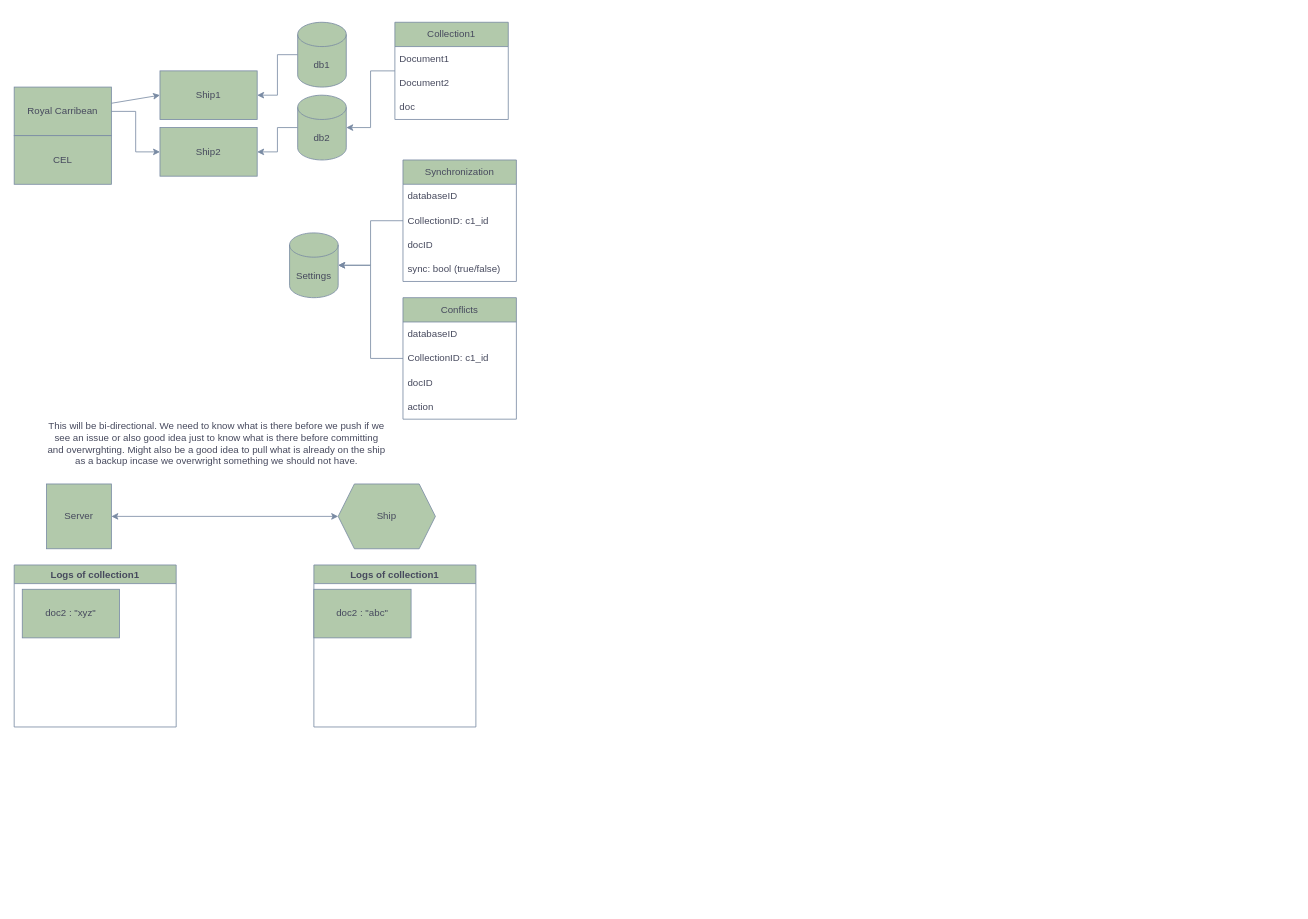
ngis-code/televolution_Backend keeps this draw.io diagram as Sync.drawio. Above is the earlier version. Source tidied: cells renumbered, new cells numbered last; positions are measured from the earlier drawing's top-left corner, leaving out a move shared by most shapes. Both pictures are drawn from the tidied source at 81%, with x=0, y=0 at pixel (14, 22).
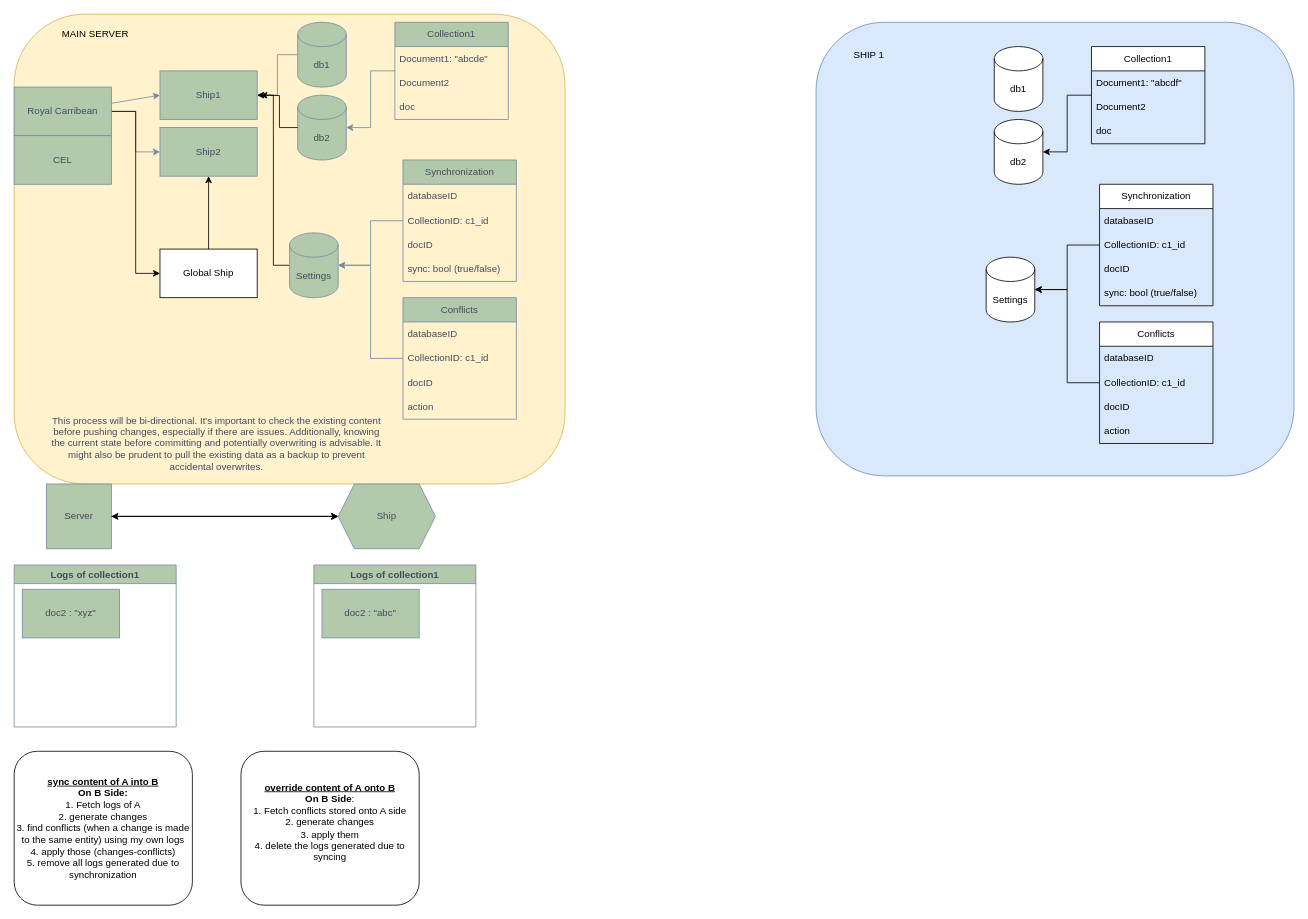
The same page after the edit.

The change refers to these unchanged cells:
```xml
<mxCell id="3" value="Royal Carribean" style="rounded=0;whiteSpace=wrap;html=1;labelBackgroundColor=none;fillColor=#B2C9AB;strokeColor=#788AA3;fontColor=#46495D;" parent="1" vertex="1">
  <mxGeometry y="80" width="120" height="60" as="geometry" />
</mxCell>
<mxCell id="5" value="Ship1" style="rounded=0;whiteSpace=wrap;html=1;labelBackgroundColor=none;fillColor=#B2C9AB;strokeColor=#788AA3;fontColor=#46495D;" parent="1" vertex="1">
  <mxGeometry x="180" y="60" width="120" height="60" as="geometry" />
</mxCell>
<mxCell id="6" value="Ship2" style="rounded=0;whiteSpace=wrap;html=1;labelBackgroundColor=none;fillColor=#B2C9AB;strokeColor=#788AA3;fontColor=#46495D;" parent="1" vertex="1">
  <mxGeometry x="180" y="130" width="120" height="60" as="geometry" />
</mxCell>
<mxCell id="11" value="db2" style="shape=cylinder3;whiteSpace=wrap;html=1;boundedLbl=1;backgroundOutline=1;size=15;labelBackgroundColor=none;fillColor=#B2C9AB;strokeColor=#788AA3;fontColor=#46495D;" parent="1" vertex="1">
  <mxGeometry x="350" y="90" width="60" height="80" as="geometry" />
</mxCell>
<mxCell id="13" value="Collection1" style="swimlane;fontStyle=0;horizontal=1;startSize=30;whiteSpace=wrap;html=1;labelBackgroundColor=none;fillColor=#B2C9AB;strokeColor=#788AA3;fontColor=#46495D;" parent="1" vertex="1">
  <mxGeometry x="470" width="140" height="120" as="geometry" />
</mxCell>
<mxCell id="17" value="Server" style="whiteSpace=wrap;html=1;labelBackgroundColor=none;fillColor=#B2C9AB;strokeColor=#788AA3;fontColor=#46495D;" parent="1" vertex="1">
  <mxGeometry x="40" y="570" width="80" height="80" as="geometry" />
</mxCell>
<mxCell id="18" value="Ship" style="shape=hexagon;perimeter=hexagonPerimeter2;whiteSpace=wrap;html=1;fixedSize=1;labelBackgroundColor=none;fillColor=#B2C9AB;strokeColor=#788AA3;fontColor=#46495D;" parent="1" vertex="1">
  <mxGeometry x="400" y="570" width="120" height="80" as="geometry" />
</mxCell>
<mxCell id="19" value="Settings" style="shape=cylinder3;whiteSpace=wrap;html=1;boundedLbl=1;backgroundOutline=1;size=15;labelBackgroundColor=none;fillColor=#B2C9AB;strokeColor=#788AA3;fontColor=#46495D;" parent="1" vertex="1">
  <mxGeometry x="340" y="260" width="60" height="80" as="geometry" />
</mxCell>
<mxCell id="34" value="Logs of collection1" style="swimlane;whiteSpace=wrap;html=1;startSize=23;labelBackgroundColor=none;fillColor=#B2C9AB;strokeColor=#788AA3;fontColor=#46495D;" parent="1" vertex="1">
  <mxGeometry x="370" y="670" width="200" height="200" as="geometry" />
</mxCell>
```

What changed in the source:
```diff
@@
+    <mxCell id="38" style="rounded=1;whiteSpace=wrap;html=1;fillColor=#dae8fc;strokeColor=#6c8ebf;" parent="1" vertex="1">
+      <mxGeometry x="990" width="590" height="560" as="geometry" />
+    </mxCell>
+    <mxCell id="39" style="rounded=1;whiteSpace=wrap;html=1;fillColor=#fff2cc;strokeColor=#d6b656;" parent="1" vertex="1">
+      <mxGeometry y="-10" width="680" height="580" as="geometry" />
+    </mxCell>
@@
+    <mxCell id="40" style="edgeStyle=orthogonalEdgeStyle;rounded=0;jettySize=auto;html=1;exitX=1;exitY=0.5;exitDx=0;exitDy=0;entryX=0;entryY=0.5;entryDx=0;entryDy=0;" parent="1" edge="1" source="3" target="43">
+      <mxGeometry relative="1" as="geometry" />
+    </mxCell>
@@
-    <mxCell id="10" style="edgeStyle=orthogonalEdgeStyle;rounded=0;jettySize=auto;html=1;labelBackgroundColor=none;strokeColor=#788AA3;fontColor=default;" parent="1" edge="1" source="11" target="6">
-      <mxGeometry relative="1" as="geometry" />
-    </mxCell>
@@
-    <mxCell id="14" value="Document1" style="text;strokeColor=none;fillColor=none;align=left;verticalAlign=middle;spacingLeft=4;spacingRight=4;overflow=hidden;whiteSpace=wrap;html=1;labelBackgroundColor=none;fontColor=#46495D;" parent="13" vertex="1">
+    <mxCell id="14" value="Document1: &quot;abcde&quot;" style="text;strokeColor=none;fillColor=none;align=left;verticalAlign=middle;spacingLeft=4;spacingRight=4;overflow=hidden;whiteSpace=wrap;html=1;labelBackgroundColor=none;fontColor=#46495D;" parent="13" vertex="1">
       <mxGeometry y="30" width="140" height="30" as="geometry" />
     </mxCell>
@@
+    <mxCell id="41" style="edgeStyle=orthogonalEdgeStyle;rounded=0;jettySize=auto;html=1;exitX=0;exitY=0.5;exitDx=0;exitDy=0;exitPerimeter=0;entryX=1;entryY=0.5;entryDx=0;entryDy=0;" parent="1" edge="1" source="19" target="5">
+      <mxGeometry relative="1" as="geometry" />
+    </mxCell>
@@
     <mxCell id="35" value="doc2 : &quot;abc&quot;" style="whiteSpace=wrap;html=1;labelBackgroundColor=none;fillColor=#B2C9AB;strokeColor=#788AA3;fontColor=#46495D;" parent="34" vertex="1">
-      <mxGeometry y="30" width="120" height="60" as="geometry" />
+      <mxGeometry x="10" y="30" width="120" height="60" as="geometry" />
     </mxCell>
-    <mxCell id="36" value="This will be bi-directional. We need to know what is there before we push if we see an issue or also good idea just to know what is there before committing and overwrghting. Might also be a good idea to pull what is already on the ship as a backup incase we overwright something we should not have." style="text;html=1;align=center;verticalAlign=middle;whiteSpace=wrap;rounded=0;fontColor=#46495D;" parent="1" vertex="1">
+    <mxCell id="36" value="This process will be bi-directional. It's important to check the existing content before pushing changes, especially if there are issues. Additionally, knowing the current state before committing and potentially overwriting is advisable. It might also be prudent to pull the existing data as a backup to prevent accidental overwrites." style="text;html=1;align=center;verticalAlign=middle;whiteSpace=wrap;rounded=0;fontColor=#46495D;" parent="1" vertex="1">
       <mxGeometry x="40" y="470" width="420" height="100" as="geometry" />
     </mxCell>
+    <mxCell id="42" style="edgeStyle=orthogonalEdgeStyle;rounded=0;jettySize=auto;html=1;exitX=0.5;exitY=0;exitDx=0;exitDy=0;entryX=0.5;entryY=1;entryDx=0;entryDy=0;" parent="1" edge="1" source="43" target="6">
+      <mxGeometry relative="1" as="geometry" />
+    </mxCell>
+    <mxCell id="43" value="Global Ship" style="rounded=0;whiteSpace=wrap;html=1;" parent="1" vertex="1">
+      <mxGeometry x="180" y="280" width="120" height="60" as="geometry" />
+    </mxCell>
@@
+    <mxCell id="44" style="edgeStyle=orthogonalEdgeStyle;rounded=0;jettySize=auto;html=1;" parent="1" edge="1" source="11">
+      <mxGeometry relative="1" as="geometry">
+        <mxPoint x="304" y="90" as="targetPoint" />
+      </mxGeometry>
+    </mxCell>
+    <mxCell id="45" value="&lt;b&gt;&lt;u&gt;sync content of A into B&lt;/u&gt;&lt;/b&gt;&lt;div&gt;&lt;b&gt;On B Side:&lt;/b&gt;&lt;br&gt;&lt;div&gt;1. Fetch logs of A&lt;/div&gt;&lt;/div&gt;&lt;div&gt;2. generate changes&lt;/div&gt;&lt;div&gt;3. find conflicts (when a change is made to the same entity) using my own logs&lt;/div&gt;&lt;div&gt;4. apply those (changes-conflicts)&lt;/div&gt;&lt;div&gt;5. remove all logs generated due to synchronization&lt;/div&gt;" style="rounded=1;whiteSpace=wrap;html=1;" parent="1" vertex="1">
+      <mxGeometry y="900" width="220" height="190" as="geometry" />
+    </mxCell>
+    <mxCell id="46" value="&lt;b&gt;&lt;u&gt;override content of A onto B&lt;/u&gt;&lt;/b&gt;&lt;br&gt;&lt;div&gt;&lt;b&gt;On B Side&lt;/b&gt;:&lt;br&gt;&lt;div&gt;1. Fetch conflicts stored onto A side&lt;/div&gt;&lt;/div&gt;&lt;div&gt;2. generate changes&lt;/div&gt;&lt;div&gt;3. apply them&lt;/div&gt;&lt;div&gt;4. delete the logs generated due to syncing&lt;/div&gt;&lt;div&gt;&lt;br&gt;&lt;/div&gt;" style="rounded=1;whiteSpace=wrap;html=1;" parent="1" vertex="1">
+      <mxGeometry x="280" y="900" width="220" height="190" as="geometry" />
+    </mxCell>
+    <mxCell id="47" style="endArrow=classic;html=1;rounded=0;entryX=0;entryY=0.5;entryDx=0;entryDy=0;exitX=1;exitY=0.5;exitDx=0;exitDy=0;" parent="1" edge="1" source="17" target="18">
+      <mxGeometry relative="1" as="geometry" />
+    </mxCell>
+    <mxCell id="48" style="endArrow=classic;startArrow=classic;html=1;rounded=0;exitX=1;exitY=0.5;exitDx=0;exitDy=0;entryX=0;entryY=0.5;entryDx=0;entryDy=0;" parent="1" edge="1" source="17" target="18">
+      <mxGeometry relative="1" as="geometry" />
+    </mxCell>
+    <mxCell id="49" value="db1" style="shape=cylinder3;whiteSpace=wrap;html=1;boundedLbl=1;backgroundOutline=1;size=15;" parent="1" vertex="1">
+      <mxGeometry x="1210" y="30" width="60" height="80" as="geometry" />
+    </mxCell>
+    <mxCell id="50" value="db2" style="shape=cylinder3;whiteSpace=wrap;html=1;boundedLbl=1;backgroundOutline=1;size=15;" parent="1" vertex="1">
+      <mxGeometry x="1210" y="120" width="60" height="80" as="geometry" />
+    </mxCell>
+    <mxCell id="51" style="edgeStyle=orthogonalEdgeStyle;rounded=0;jettySize=auto;html=1;" parent="1" edge="1" source="52" target="50">
+      <mxGeometry relative="1" as="geometry" />
+    </mxCell>
+    <mxCell id="52" value="Collection1" style="swimlane;fontStyle=0;horizontal=1;startSize=30;whiteSpace=wrap;html=1;" parent="1" vertex="1">
+      <mxGeometry x="1330" y="30" width="140" height="120" as="geometry" />
+    </mxCell>
+    <mxCell id="53" value="Document1: &quot;abcdf&quot;" style="text;strokeColor=none;fillColor=none;align=left;verticalAlign=middle;spacingLeft=4;spacingRight=4;overflow=hidden;whiteSpace=wrap;html=1;" parent="52" vertex="1">
+      <mxGeometry y="30" width="140" height="30" as="geometry" />
+    </mxCell>
+    <mxCell id="54" value="Document2" style="text;strokeColor=none;fillColor=none;align=left;verticalAlign=middle;spacingLeft=4;spacingRight=4;overflow=hidden;whiteSpace=wrap;html=1;" parent="52" vertex="1">
+      <mxGeometry y="60" width="140" height="30" as="geometry" />
+    </mxCell>
+    <mxCell id="55" value="doc" style="text;strokeColor=none;fillColor=none;align=left;verticalAlign=middle;spacingLeft=4;spacingRight=4;overflow=hidden;whiteSpace=wrap;html=1;" parent="52" vertex="1">
+      <mxGeometry y="90" width="140" height="30" as="geometry" />
+    </mxCell>
+    <mxCell id="56" value="Settings" style="shape=cylinder3;whiteSpace=wrap;html=1;boundedLbl=1;backgroundOutline=1;size=15;" parent="1" vertex="1">
+      <mxGeometry x="1200" y="290" width="60" height="80" as="geometry" />
+    </mxCell>
+    <mxCell id="57" style="edgeStyle=orthogonalEdgeStyle;rounded=0;jettySize=auto;html=1;" parent="1" edge="1" source="58" target="56">
+      <mxGeometry relative="1" as="geometry" />
+    </mxCell>
+    <mxCell id="58" value="Synchronization" style="swimlane;fontStyle=0;horizontal=1;startSize=30;whiteSpace=wrap;html=1;" parent="1" vertex="1">
+      <mxGeometry x="1340" y="200" width="140" height="150" as="geometry" />
+    </mxCell>
+    <mxCell id="59" value="databaseID" style="text;strokeColor=none;fillColor=none;align=left;verticalAlign=middle;spacingLeft=4;spacingRight=4;overflow=hidden;whiteSpace=wrap;html=1;" parent="58" vertex="1">
+      <mxGeometry y="30" width="140" height="30" as="geometry" />
+    </mxCell>
+    <mxCell id="60" value="CollectionID: c1_id" style="text;strokeColor=none;fillColor=none;align=left;verticalAlign=middle;spacingLeft=4;spacingRight=4;overflow=hidden;whiteSpace=wrap;html=1;" parent="58" vertex="1">
+      <mxGeometry y="60" width="140" height="30" as="geometry" />
+    </mxCell>
+    <mxCell id="61" value="docID" style="text;strokeColor=none;fillColor=none;align=left;verticalAlign=middle;spacingLeft=4;spacingRight=4;overflow=hidden;whiteSpace=wrap;html=1;" parent="58" vertex="1">
+      <mxGeometry y="90" width="140" height="30" as="geometry" />
+    </mxCell>
+    <mxCell id="62" value="sync: bool (true/false)" style="text;strokeColor=none;fillColor=none;align=left;verticalAlign=middle;spacingLeft=4;spacingRight=4;overflow=hidden;whiteSpace=wrap;html=1;" parent="58" vertex="1">
+      <mxGeometry y="120" width="140" height="30" as="geometry" />
+    </mxCell>
+    <mxCell id="63" value="Conflicts" style="swimlane;fontStyle=0;horizontal=1;startSize=30;whiteSpace=wrap;html=1;" parent="1" vertex="1">
+      <mxGeometry x="1340" y="370" width="140" height="150" as="geometry" />
+    </mxCell>
+    <mxCell id="64" value="databaseID" style="text;strokeColor=none;fillColor=none;align=left;verticalAlign=middle;spacingLeft=4;spacingRight=4;overflow=hidden;whiteSpace=wrap;html=1;" parent="63" vertex="1">
+      <mxGeometry y="30" width="140" height="30" as="geometry" />
+    </mxCell>
+    <mxCell id="65" value="CollectionID: c1_id" style="text;strokeColor=none;fillColor=none;align=left;verticalAlign=middle;spacingLeft=4;spacingRight=4;overflow=hidden;whiteSpace=wrap;html=1;" parent="63" vertex="1">
+      <mxGeometry y="60" width="140" height="30" as="geometry" />
+    </mxCell>
+    <mxCell id="66" value="docID" style="text;strokeColor=none;fillColor=none;align=left;verticalAlign=middle;spacingLeft=4;spacingRight=4;overflow=hidden;whiteSpace=wrap;html=1;" parent="63" vertex="1">
+      <mxGeometry y="90" width="140" height="30" as="geometry" />
+    </mxCell>
+    <mxCell id="67" value="action" style="text;strokeColor=none;fillColor=none;align=left;verticalAlign=middle;spacingLeft=4;spacingRight=4;overflow=hidden;whiteSpace=wrap;html=1;" parent="63" vertex="1">
+      <mxGeometry y="120" width="140" height="30" as="geometry" />
+    </mxCell>
+    <mxCell id="68" style="edgeStyle=orthogonalEdgeStyle;rounded=0;jettySize=auto;html=1;entryX=1;entryY=0.5;entryDx=0;entryDy=0;entryPerimeter=0;" parent="1" edge="1" source="63" target="56">
+      <mxGeometry relative="1" as="geometry" />
+    </mxCell>
+    <mxCell id="69" value="SHIP 1" style="text;html=1;align=center;verticalAlign=middle;strokeColor=none;fillColor=none;" parent="1" vertex="1">
+      <mxGeometry x="1025" y="25" width="60" height="30" as="geometry" />
+    </mxCell>
+    <mxCell id="70" value="MAIN SERVER" style="text;html=1;align=center;verticalAlign=middle;strokeColor=none;fillColor=none;" parent="1" vertex="1">
+      <mxGeometry x="45" width="110" height="30" as="geometry" />
+    </mxCell>
```
